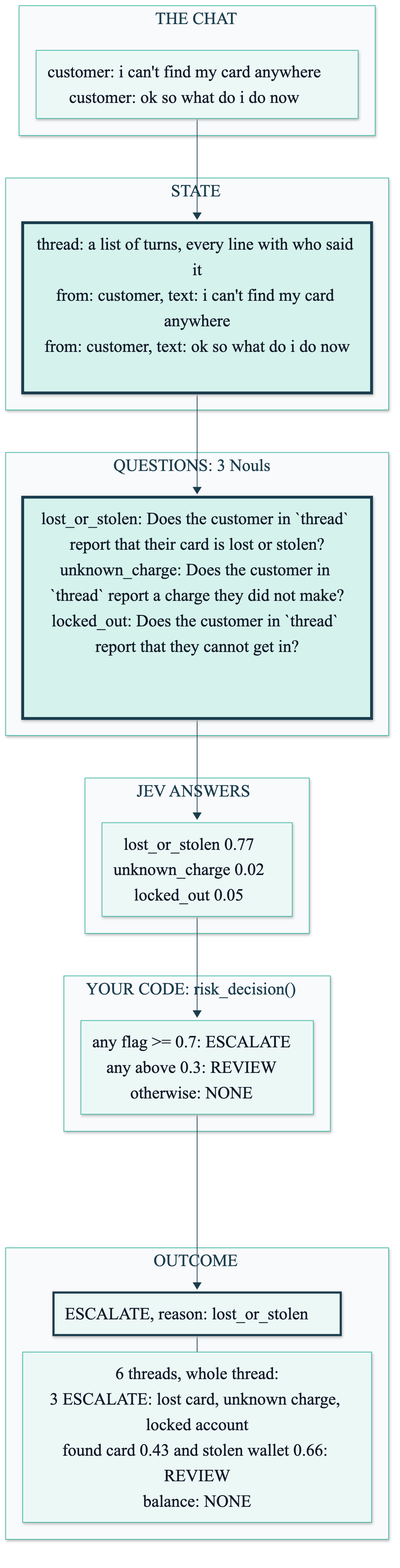
Before: course/diagrams/module_02/p2-solution-thread-state.png, a diagram exported from Mermaid (axel-sirota/getting_started_jev). Its source is kept beside it as course/diagrams/module_02/p2-solution-thread-state.mmd.
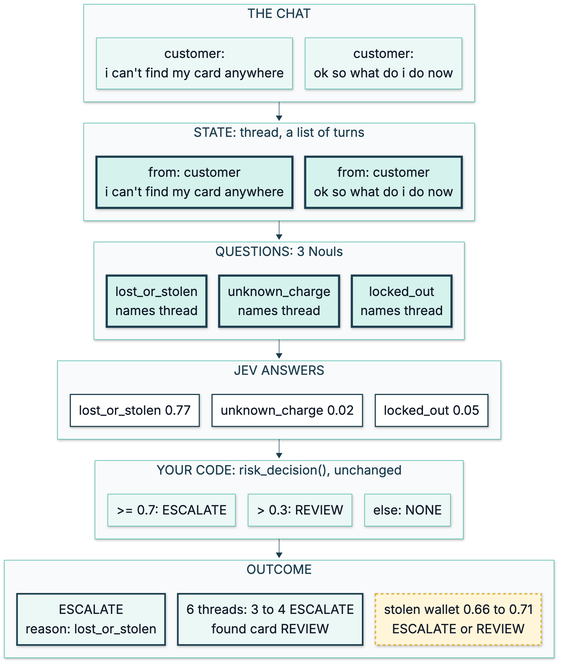
Above is the later version.

Change to the diagram source:
```diff
@@ -1,30 +1,52 @@
 %%{init: {"theme": "base", "themeVariables": {"fontFamily": "Inter, sans-serif", "primaryColor": "#ECF8F6", "primaryBorderColor": "#40B8A6", "primaryTextColor": "#111827", "lineColor": "#1A3D4D", "secondaryColor": "#F9FAFB", "tertiaryColor": "#FFFFFF", "clusterBkg": "#F9FAFB", "clusterBorder": "#D1D5DB", "actorBkg": "#ECF8F6", "actorBorder": "#40B8A6", "noteBkgColor": "#FFF6DA", "noteBorderColor": "#E0B84C"}}}%%
-flowchart TD
+flowchart TB
   subgraph CHAT["THE CHAT"]
-    T["customer: i can't find my card anywhere<br/>customer: ok so what do i do now"]
+    direction LR
+    T1["customer:<br/>i can't find my card anywhere"]
+    T2["customer:<br/>ok so what do i do now"]
+    T1 ~~~ T2
   end
-  subgraph STATE["STATE"]
-    S["thread: a list of turns, every line with who said it<br/>from: customer, text: i can't find my card anywhere<br/>from: customer, text: ok so what do i do now"]
+  subgraph STATE["STATE: thread, a list of turns"]
+    direction LR
+    S1["from: customer<br/>i can't find my card anywhere"]
+    S2["from: customer<br/>ok so what do i do now"]
+    S1 ~~~ S2
   end
   subgraph QUESTIONS["QUESTIONS: 3 Nouls"]
-    Q["lost_or_stolen: Does the customer in `thread` report that their card is lost or stolen?<br/>unknown_charge: Does the customer in `thread` report a charge they did not make?<br/>locked_out: Does the customer in `thread` report that they cannot get in?"]
+    direction LR
+    Q1["lost_or_stolen<br/>names thread"]
+    Q2["unknown_charge<br/>names thread"]
+    Q3["locked_out<br/>names thread"]
+    Q1 ~~~ Q2 ~~~ Q3
   end
   subgraph ANSWERS["JEV ANSWERS"]
-    A["lost_or_stolen 0.77<br/>unknown_charge 0.02<br/>locked_out 0.05"]
+    direction LR
+    A1["lost_or_stolen 0.77"]
+    A2["unknown_charge 0.02"]
+    A3["locked_out 0.05"]
+    A1 ~~~ A2 ~~~ A3
   end
-  subgraph CODE["YOUR CODE: risk_decision()"]
-    C["any flag >= 0.7: ESCALATE<br/>any above 0.3: REVIEW<br/>otherwise: NONE"]
+  subgraph CODE["YOUR CODE: risk_decision(), unchanged"]
+    direction LR
+    C1[">= 0.7: ESCALATE"]
+    C2["> 0.3: REVIEW"]
+    C3["else: NONE"]
+    C1 ~~~ C2 ~~~ C3
   end
   subgraph OUTCOME["OUTCOME"]
-    O["ESCALATE, reason: lost_or_stolen"]
-    R["6 threads, whole thread:<br/>3 ESCALATE: lost card, unknown charge, locked account<br/>found card 0.43 and stolen wallet 0.66: REVIEW<br/>balance: NONE"]
+    direction LR
+    O1["ESCALATE<br/>reason: lost_or_stolen"]
+    O2["6 threads: 3 to 4 ESCALATE<br/>found card REVIEW"]
+    O3["stolen wallet 0.66 to 0.71<br/>ESCALATE or REVIEW"]
+    O1 ~~~ O2 ~~~ O3
   end
-  T --> S --> Q --> A --> C --> O
-  O --- R
+  CHAT --> STATE --> QUESTIONS --> ANSWERS --> CODE --> OUTCOME
 
-  classDef fail fill:#FDECEA,stroke:#B42318,stroke-width:4px
   classDef changed fill:#D5F2EC,stroke:#1A3D4D,stroke-width:4px
+  classDef score fill:#FFFFFF,stroke:#1A3D4D,stroke-width:2px
   classDef ok fill:#ECF8F6,stroke:#1A3D4D,stroke-width:3px
-  class S changed
-  class Q changed
-  class O ok
+  classDef border fill:#FFF6DA,stroke:#E0B84C,stroke-width:3px,stroke-dasharray:5 5
+  class S1,S2,Q1,Q2,Q3 changed
+  class A1,A2,A3 score
+  class O1,O2 ok
+  class O3 border
```
